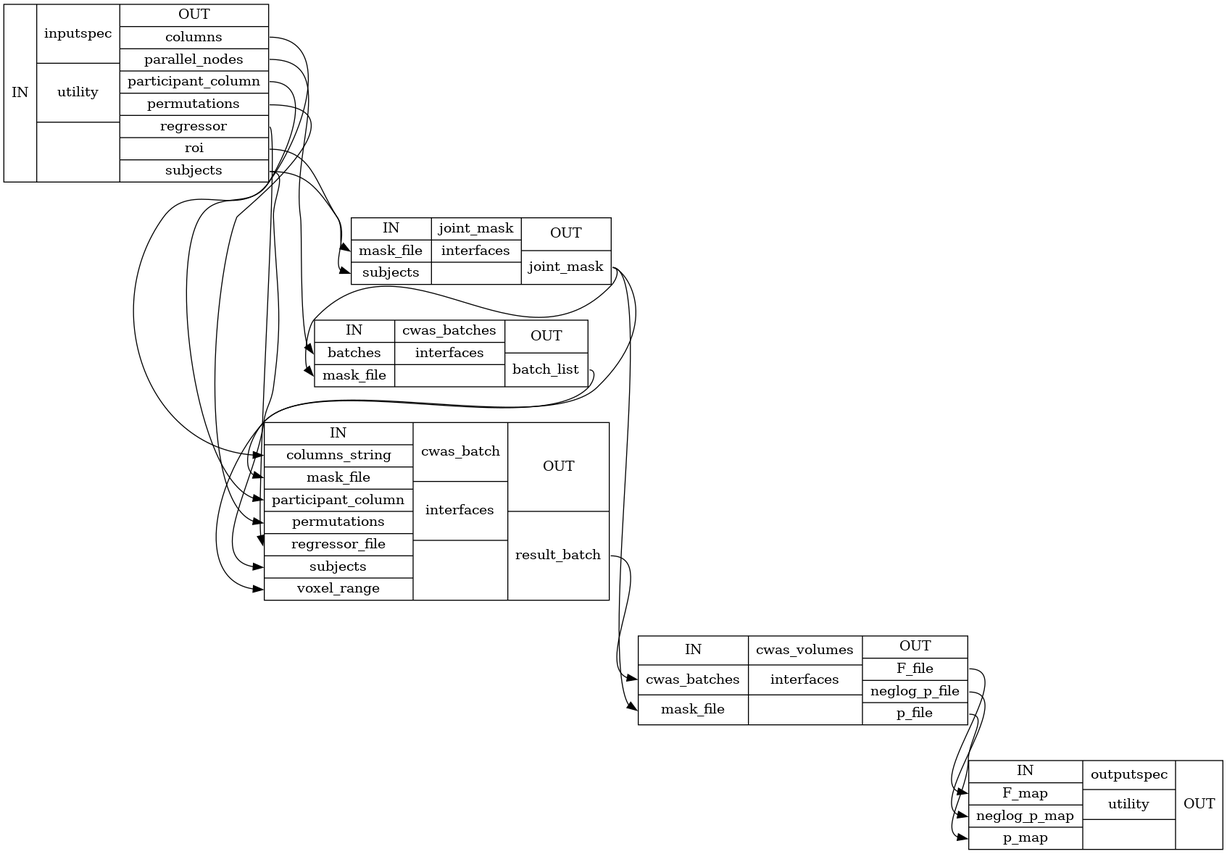
Earlier version of the Graphviz export docs/nightly/developer/workflows/images/generated/create_cwas_detailed.png (FCP-INDI/fcp-indi.github.io). Its source is kept beside it as docs/nightly/developer/workflows/images/generated/create_cwas_detailed.dot.
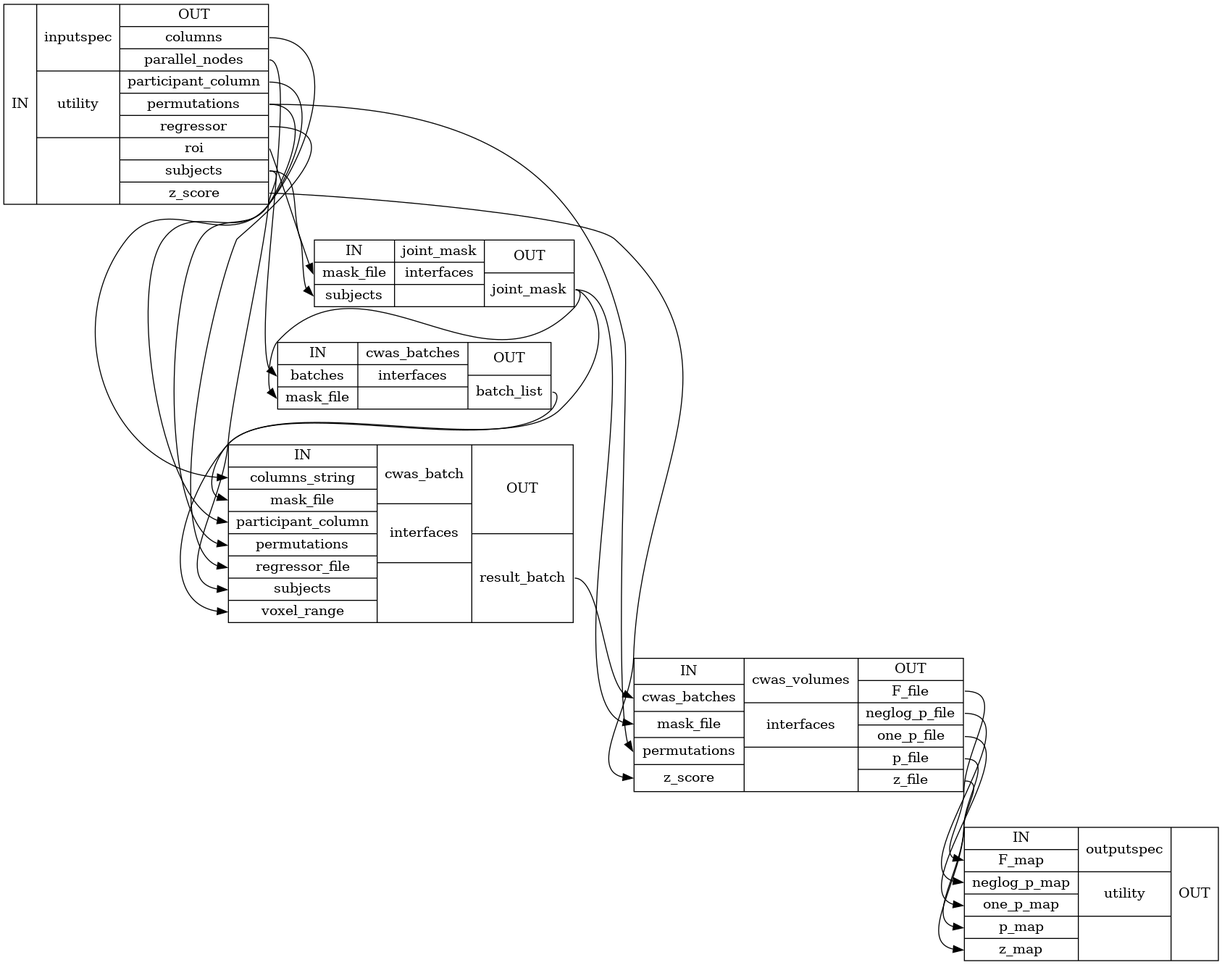
The same file after the commit.

Change to the diagram source:
```diff
@@ -1,25 +1,29 @@
 digraph structs {
 node [shape=record];
-cwasinputspec [label="{IN}|{ inputspec | utility |  }|{OUT|<outcolumns> columns|<outparallelnodes> parallel_nodes|<outparticipantcolumn> participant_column|<outpermutations> permutations|<outregressor> regressor|<outroi> roi|<outsubjects> subjects}"];
-cwasjoint_mask [label="{IN|<inmaskfile> mask_file|<insubjects> subjects}|{ joint_mask | interfaces |  }|{OUT|<outjointmask> joint_mask}"];
-cwascwas_batches [label="{IN|<inbatches> batches|<inmaskfile> mask_file}|{ cwas_batches | interfaces |  }|{OUT|<outbatchlist> batch_list}"];
-cwascwas_batch [label="{IN|<incolumnsstring> columns_string|<inmaskfile> mask_file|<inparticipantcolumn> participant_column|<inpermutations> permutations|<inregressorfile> regressor_file|<insubjects> subjects|<invoxelrange> voxel_range}|{ cwas_batch | interfaces |  }|{OUT|<outresultbatch> result_batch}"];
-cwascwas_volumes [label="{IN|<incwasbatches> cwas_batches|<inmaskfile> mask_file}|{ cwas_volumes | interfaces |  }|{OUT|<outFfile> F_file|<outneglogpfile> neglog_p_file|<outpfile> p_file}"];
-cwasoutputspec [label="{IN|<inFmap> F_map|<inneglogpmap> neglog_p_map|<inpmap> p_map}|{ outputspec | utility |  }|{OUT}"];
-cwascwas_batch:outresultbatch:e -> cwascwas_volumes:incwasbatches:w;
-cwascwas_batches:outbatchlist:e -> cwascwas_batch:invoxelrange:w;
-cwascwas_volumes:outFfile:e -> cwasoutputspec:inFmap:w;
-cwascwas_volumes:outneglogpfile:e -> cwasoutputspec:inneglogpmap:w;
-cwascwas_volumes:outpfile:e -> cwasoutputspec:inpmap:w;
-cwasinputspec:outcolumns:e -> cwascwas_batch:incolumnsstring:w;
-cwasinputspec:outparallelnodes:e -> cwascwas_batches:inbatches:w;
-cwasinputspec:outparticipantcolumn:e -> cwascwas_batch:inparticipantcolumn:w;
-cwasinputspec:outpermutations:e -> cwascwas_batch:inpermutations:w;
-cwasinputspec:outregressor:e -> cwascwas_batch:inregressorfile:w;
-cwasinputspec:outroi:e -> cwasjoint_mask:inmaskfile:w;
-cwasinputspec:outsubjects:e -> cwascwas_batch:insubjects:w;
-cwasinputspec:outsubjects:e -> cwasjoint_mask:insubjects:w;
-cwasjoint_mask:outjointmask:e -> cwascwas_batch:inmaskfile:w;
-cwasjoint_mask:outjointmask:e -> cwascwas_batches:inmaskfile:w;
-cwasjoint_mask:outjointmask:e -> cwascwas_volumes:inmaskfile:w;
+"cwasinputspec" [label="{IN}|{ inputspec | utility |  }|{OUT|<outcolumns> columns|<outparallelnodes> parallel_nodes|<outparticipantcolumn> participant_column|<outpermutations> permutations|<outregressor> regressor|<outroi> roi|<outsubjects> subjects|<outzscore> z_score}"];
+"cwasjoint_mask" [label="{IN|<inmaskfile> mask_file|<insubjects> subjects}|{ joint_mask | interfaces |  }|{OUT|<outjointmask> joint_mask}"];
+"cwascwas_batches" [label="{IN|<inbatches> batches|<inmaskfile> mask_file}|{ cwas_batches | interfaces |  }|{OUT|<outbatchlist> batch_list}"];
+"cwascwas_batch" [label="{IN|<incolumnsstring> columns_string|<inmaskfile> mask_file|<inparticipantcolumn> participant_column|<inpermutations> permutations|<inregressorfile> regressor_file|<insubjects> subjects|<invoxelrange> voxel_range}|{ cwas_batch | interfaces |  }|{OUT|<outresultbatch> result_batch}"];
+"cwascwas_volumes" [label="{IN|<incwasbatches> cwas_batches|<inmaskfile> mask_file|<inpermutations> permutations|<inzscore> z_score}|{ cwas_volumes | interfaces |  }|{OUT|<outFfile> F_file|<outneglogpfile> neglog_p_file|<outonepfile> one_p_file|<outpfile> p_file|<outzfile> z_file}"];
+"cwasoutputspec" [label="{IN|<inFmap> F_map|<inneglogpmap> neglog_p_map|<inonepmap> one_p_map|<inpmap> p_map|<inzmap> z_map}|{ outputspec | utility |  }|{OUT}"];
+"cwascwas_batch":"outresultbatch":e -> "cwascwas_volumes":"incwasbatches":w;
+"cwascwas_batches":"outbatchlist":e -> "cwascwas_batch":"invoxelrange":w;
+"cwascwas_volumes":"outFfile":e -> "cwasoutputspec":"inFmap":w;
+"cwascwas_volumes":"outneglogpfile":e -> "cwasoutputspec":"inneglogpmap":w;
+"cwascwas_volumes":"outonepfile":e -> "cwasoutputspec":"inonepmap":w;
+"cwascwas_volumes":"outpfile":e -> "cwasoutputspec":"inpmap":w;
+"cwascwas_volumes":"outzfile":e -> "cwasoutputspec":"inzmap":w;
+"cwasinputspec":"outcolumns":e -> "cwascwas_batch":"incolumnsstring":w;
+"cwasinputspec":"outparallelnodes":e -> "cwascwas_batches":"inbatches":w;
+"cwasinputspec":"outparticipantcolumn":e -> "cwascwas_batch":"inparticipantcolumn":w;
+"cwasinputspec":"outpermutations":e -> "cwascwas_batch":"inpermutations":w;
+"cwasinputspec":"outpermutations":e -> "cwascwas_volumes":"inpermutations":w;
+"cwasinputspec":"outregressor":e -> "cwascwas_batch":"inregressorfile":w;
+"cwasinputspec":"outroi":e -> "cwasjoint_mask":"inmaskfile":w;
+"cwasinputspec":"outsubjects":e -> "cwascwas_batch":"insubjects":w;
+"cwasinputspec":"outsubjects":e -> "cwasjoint_mask":"insubjects":w;
+"cwasinputspec":"outzscore":e -> "cwascwas_volumes":"inzscore":w;
+"cwasjoint_mask":"outjointmask":e -> "cwascwas_batch":"inmaskfile":w;
+"cwasjoint_mask":"outjointmask":e -> "cwascwas_batches":"inmaskfile":w;
+"cwasjoint_mask":"outjointmask":e -> "cwascwas_volumes":"inmaskfile":w;
 }
```
